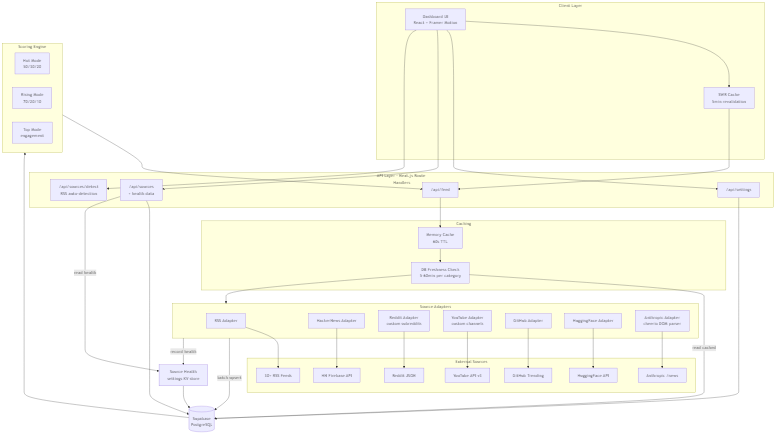
Earlier version of the Mermaid export docs/architecture.png (yairbederman/AI-Trends-Dashboard). Its source is kept beside it as docs/architecture.mmd.
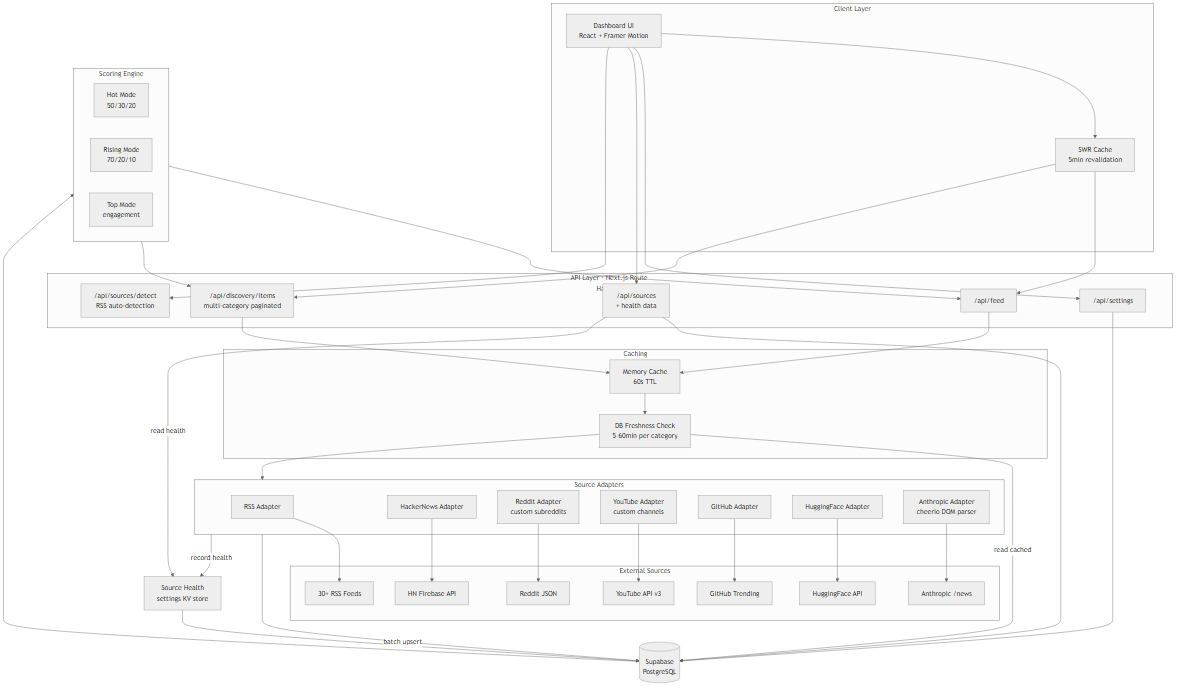
The same diagram one commit later.

Commit message:
Add discovery API endpoint for multi-category paginated content

Diff of the diagram source:
```diff
@@ -6,6 +6,7 @@
 
     subgraph API["API Layer · Next.js Route Handlers"]
         Feed["/api/feed"]
+        Discovery["/api/discovery/items<br/>multi-category paginated"]
         Settings["/api/settings"]
         Sources["/api/sources<br/>+ health data"]
         Detect["/api/sources/detect<br/>RSS auto-detection"]
@@ -47,11 +48,13 @@
 
     UI --> SWR
     SWR --> Feed
+    SWR --> Discovery
     UI --> Settings
     UI --> Sources
     UI --> Detect
 
     Feed --> MemCache
+    Discovery --> MemCache
     MemCache --> DBCache
     DBCache --> Adapters
 
@@ -73,3 +76,4 @@
 
     DB --> Scoring
     Scoring --> Feed
+    Scoring --> Discovery
```
